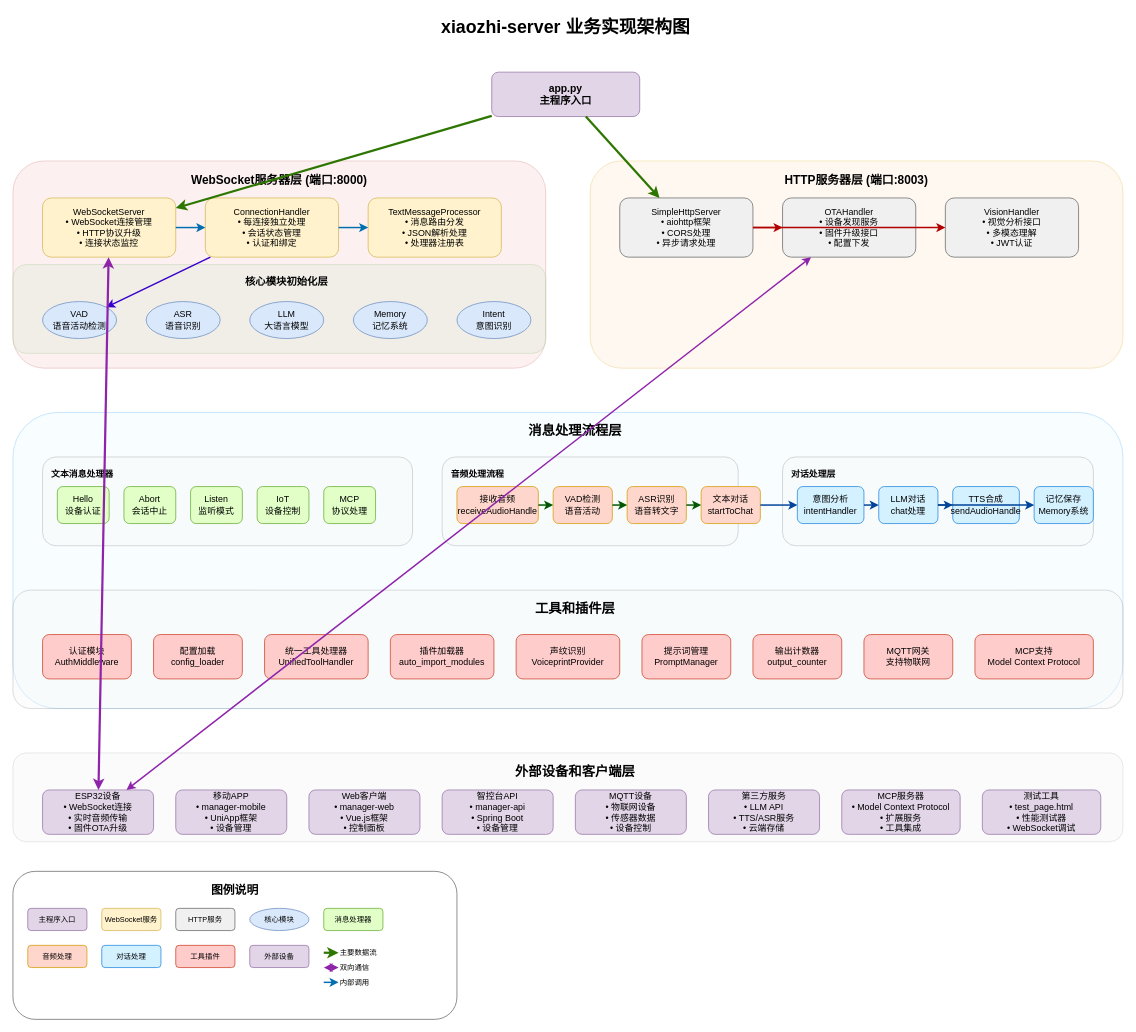
Before: main/xiaozhi-server/xiaozhi-server-business-architecture.drawio in haoqianga11/xiaozhi-esp32-server, a draw.io diagram. Source tidied: cells renumbered, new cells numbered last; positions are measured from the earlier drawing's top-left corner, leaving out a move shared by most shapes. Both pictures are drawn from the tidied source at 74%, with x=0, y=0 at pixel (13, 13).
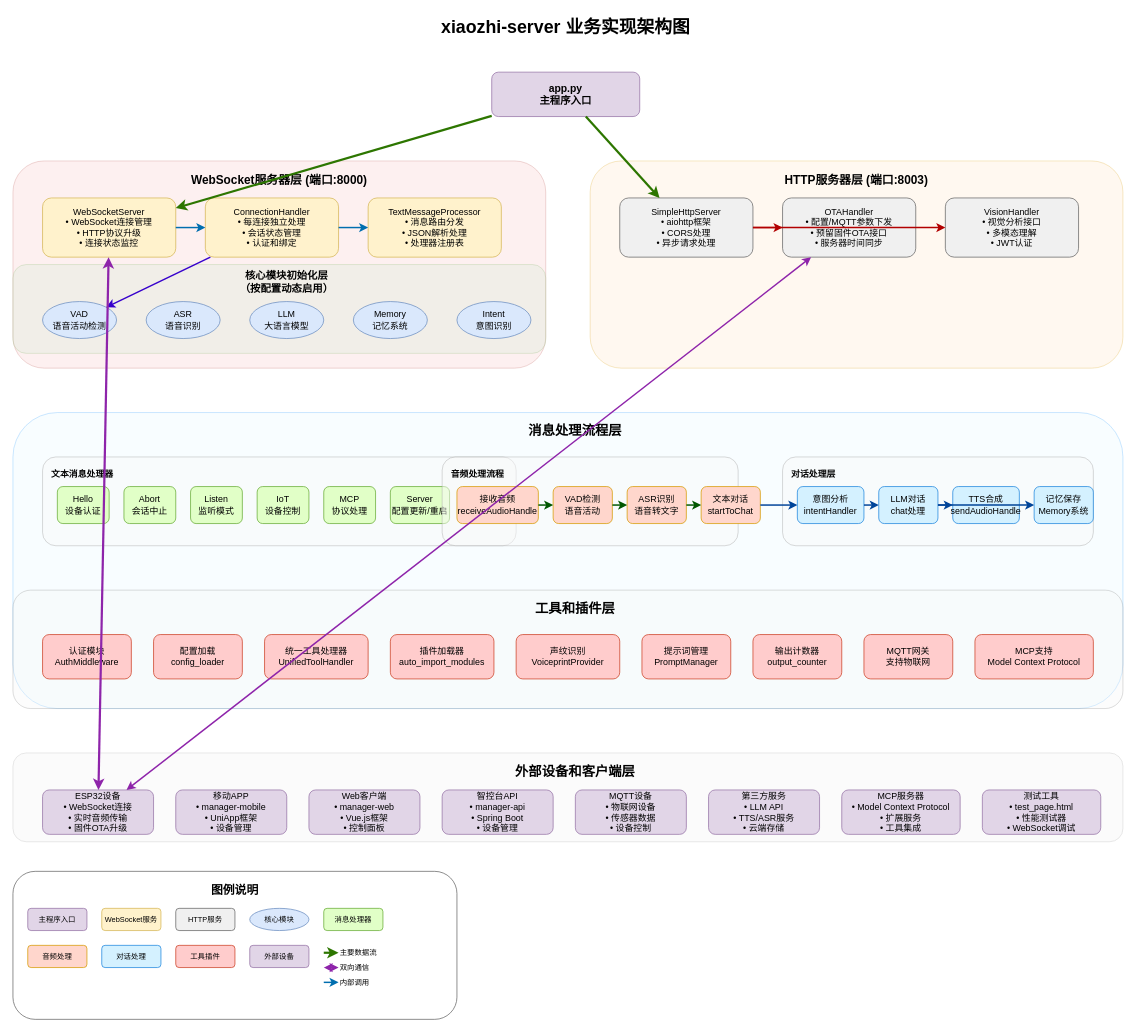
Above is the later version.

The edit, as a diff of the source:
```diff
@@
-    <mxCell id="10" value="核心模块初始化层" style="text;html=1;strokeColor=none;fillColor=none;align=center;verticalAlign=middle;whiteSpace=wrap;rounded=0;fontSize=14;fontStyle=1;" parent="1" vertex="1">
+    <mxCell id="10" value="核心模块初始化层&#10;（按配置动态启用）" style="text;html=1;strokeColor=none;fillColor=none;align=center;verticalAlign=middle;whiteSpace=wrap;rounded=0;fontSize=14;fontStyle=1;" parent="1" vertex="1">
       <mxGeometry x="270" y="350" width="200" height="25" as="geometry" />
     </mxCell>
@@
-    <mxCell id="19" value="OTAHandler&#10;• 设备发现服务&#10;• 固件升级接口&#10;• 配置下发" style="rounded=1;whiteSpace=wrap;html=1;fillColor=#f0f0f0;strokeColor=#666666;" parent="1" vertex="1">
+    <mxCell id="19" value="OTAHandler&#10;• 配置/MQTT参数下发&#10;• 预留固件OTA接口&#10;• 服务器时间同步" style="rounded=1;whiteSpace=wrap;html=1;fillColor=#f0f0f0;strokeColor=#666666;" parent="1" vertex="1">
       <mxGeometry x="1040" y="250" width="180" height="80" as="geometry" />
     </mxCell>
@@
     <mxCell id="23" style="rounded=1;whiteSpace=wrap;html=1;fillColor=#f9f9f9;strokeColor=#999999;opacity=50;" parent="1" vertex="1">
-      <mxGeometry x="40" y="600" width="500" height="120" as="geometry" />
+      <mxGeometry x="40" y="600" width="640" height="120" as="geometry" />
     </mxCell>
@@
+    <mxCell id="96" value="Server&#10;配置更新/重启" style="rounded=1;whiteSpace=wrap;html=1;fillColor=#e1ffc7;strokeColor=#67ab36;" parent="1" vertex="1">
+      <mxGeometry x="510" y="640" width="80" height="50" as="geometry" />
+    </mxCell>
```
